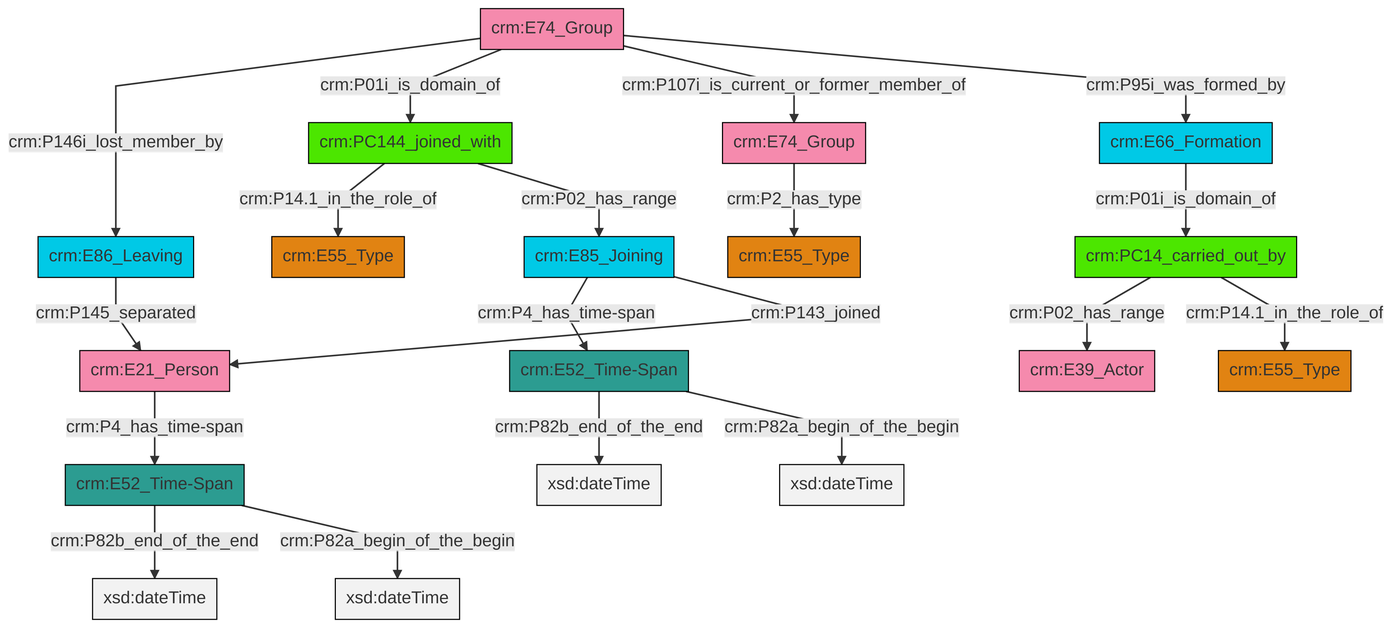
Earlier version of the Mermaid export et/groupCSV/ttl/mmd/png/group_actor_relations.png (swiss-art-research-net/reference-data-models). Its source is kept beside it as et/groupCSV/ttl/mmd/group_actor_relations.ttl.mmd.
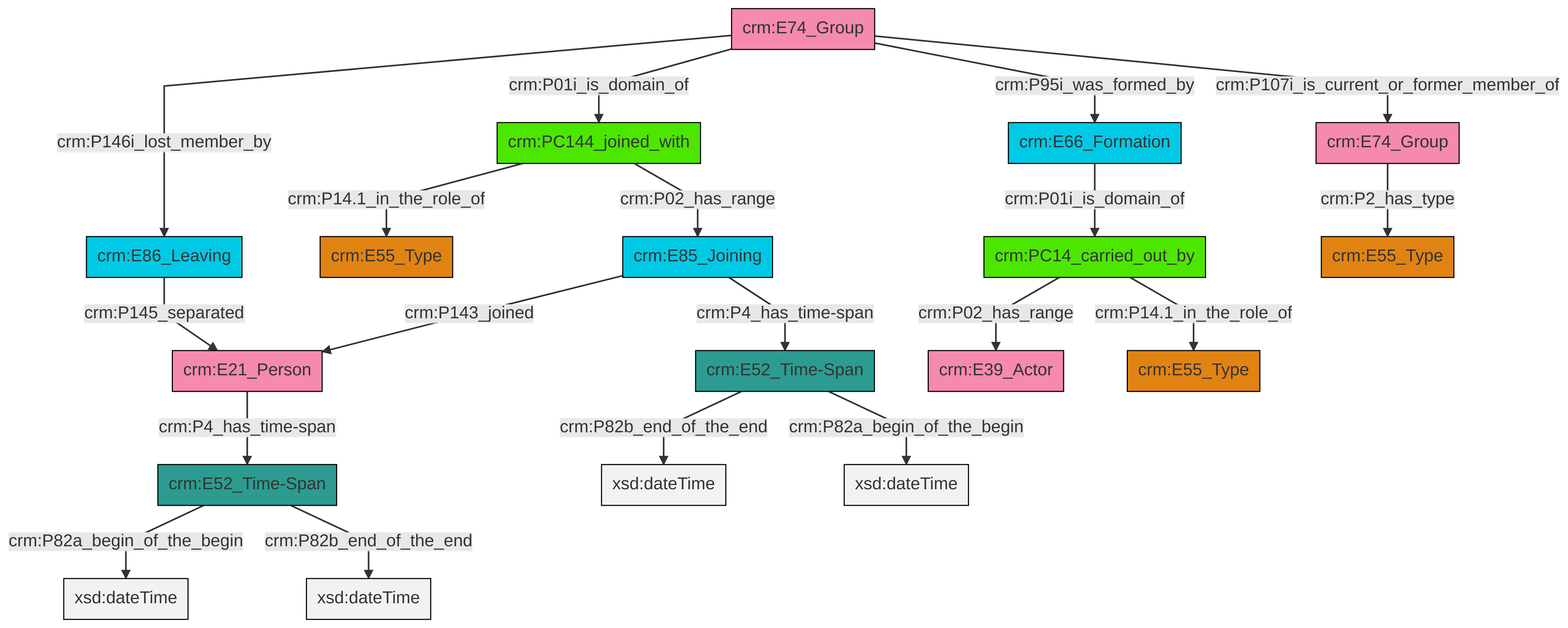
Later version of the same file.

Change to the diagram source:
```diff
@@ -13,21 +13,21 @@
 classDef PC_Classes fill:#4ce600, stroke:#000000;
 classDef Multi fill:#cccccc,stroke:#000000;
 
-0["crm:PC14_carried_out_by"]:::PC_Classes -->|crm:P02_has_range| 1["crm:E39_Actor"]:::Actor
-4["crm:PC144_joined_with"]:::PC_Classes -->|crm:P14.1_in_the_role_of| 2["crm:E55_Type"]:::Type
-5["crm:E74_Group"]:::Actor -->|crm:P146i_lost_member_by| 6["crm:E86_Leaving"]:::Temporal_Entity
-5["crm:E74_Group"]:::Actor -->|crm:P01i_is_domain_of| 4["crm:PC144_joined_with"]:::PC_Classes
-5["crm:E74_Group"]:::Actor -->|crm:P107i_is_current_or_former_member_of| 7["crm:E74_Group"]:::Actor
-8["crm:E52_Time-Span"]:::Time-Span -->|crm:P82b_end_of_the_end| 9[xsd:dateTime]:::Literal
-6["crm:E86_Leaving"]:::Temporal_Entity -->|crm:P145_separated| 17["crm:E21_Person"]:::Actor
-10["crm:E85_Joining"]:::Temporal_Entity -->|crm:P4_has_time-span| 20["crm:E52_Time-Span"]:::Time-Span
-4["crm:PC144_joined_with"]:::PC_Classes -->|crm:P02_has_range| 10["crm:E85_Joining"]:::Temporal_Entity
-0["crm:PC14_carried_out_by"]:::PC_Classes -->|crm:P14.1_in_the_role_of| 21["crm:E55_Type"]:::Type
-20["crm:E52_Time-Span"]:::Time-Span -->|crm:P82b_end_of_the_end| 23[xsd:dateTime]:::Literal
-17["crm:E21_Person"]:::Actor -->|crm:P4_has_time-span| 8["crm:E52_Time-Span"]:::Time-Span
-24["crm:E66_Formation"]:::Temporal_Entity -->|crm:P01i_is_domain_of| 0["crm:PC14_carried_out_by"]:::PC_Classes
-20["crm:E52_Time-Span"]:::Time-Span -->|crm:P82a_begin_of_the_begin| 25[xsd:dateTime]:::Literal
-8["crm:E52_Time-Span"]:::Time-Span -->|crm:P82a_begin_of_the_begin| 28[xsd:dateTime]:::Literal
-10["crm:E85_Joining"]:::Temporal_Entity -->|crm:P143_joined| 17["crm:E21_Person"]:::Actor
-7["crm:E74_Group"]:::Actor -->|crm:P2_has_type| 12["crm:E55_Type"]:::Type
-5["crm:E74_Group"]:::Actor -->|crm:P95i_was_formed_by| 24["crm:E66_Formation"]:::Temporal_Entity
+2["crm:E52_Time-Span"]:::Time-Span -->|crm:P82b_end_of_the_end| 3[xsd:dateTime]:::Literal
+4["crm:E85_Joining"]:::Temporal_Entity -->|crm:P143_joined| 5["crm:E21_Person"]:::Actor
+6["crm:E74_Group"]:::Actor -->|crm:P146i_lost_member_by| 7["crm:E86_Leaving"]:::Temporal_Entity
+10["crm:PC14_carried_out_by"]:::PC_Classes -->|crm:P02_has_range| 11["crm:E39_Actor"]:::Actor
+10["crm:PC14_carried_out_by"]:::PC_Classes -->|crm:P14.1_in_the_role_of| 8["crm:E55_Type"]:::Type
+15["crm:E66_Formation"]:::Temporal_Entity -->|crm:P01i_is_domain_of| 10["crm:PC14_carried_out_by"]:::PC_Classes
+6["crm:E74_Group"]:::Actor -->|crm:P01i_is_domain_of| 18["crm:PC144_joined_with"]:::PC_Classes
+21["crm:E52_Time-Span"]:::Time-Span -->|crm:P82a_begin_of_the_begin| 22[xsd:dateTime]:::Literal
+6["crm:E74_Group"]:::Actor -->|crm:P95i_was_formed_by| 15["crm:E66_Formation"]:::Temporal_Entity
+4["crm:E85_Joining"]:::Temporal_Entity -->|crm:P4_has_time-span| 2["crm:E52_Time-Span"]:::Time-Span
+2["crm:E52_Time-Span"]:::Time-Span -->|crm:P82a_begin_of_the_begin| 26[xsd:dateTime]:::Literal
+18["crm:PC144_joined_with"]:::PC_Classes -->|crm:P14.1_in_the_role_of| 0["crm:E55_Type"]:::Type
+18["crm:PC144_joined_with"]:::PC_Classes -->|crm:P02_has_range| 4["crm:E85_Joining"]:::Temporal_Entity
+6["crm:E74_Group"]:::Actor -->|crm:P107i_is_current_or_former_member_of| 29["crm:E74_Group"]:::Actor
+29["crm:E74_Group"]:::Actor -->|crm:P2_has_type| 13["crm:E55_Type"]:::Type
+21["crm:E52_Time-Span"]:::Time-Span -->|crm:P82b_end_of_the_end| 34[xsd:dateTime]:::Literal
+7["crm:E86_Leaving"]:::Temporal_Entity -->|crm:P145_separated| 5["crm:E21_Person"]:::Actor
+5["crm:E21_Person"]:::Actor -->|crm:P4_has_time-span| 21["crm:E52_Time-Span"]:::Time-Span
```
